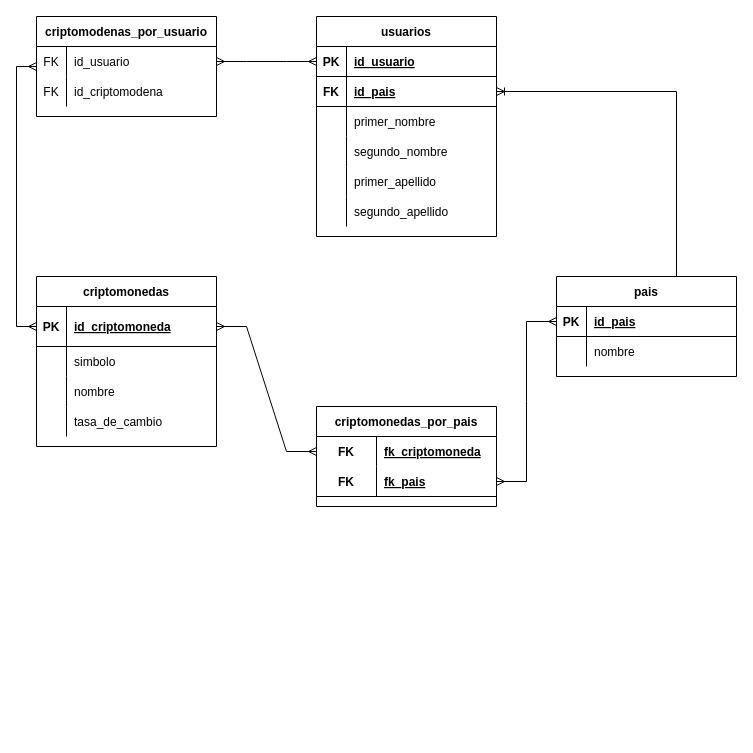
The draw.io diagram gestion-criptomonedas.drawio in HMTEQUITA/gestion-criptomonedas, before the edit. Source tidied: cells renumbered, new cells numbered last; positions are measured from the earlier drawing's top-left corner, leaving out a move shared by most shapes. Both pictures are drawn from the tidied source at 100%, with x=0, y=0 at pixel (36, 16).
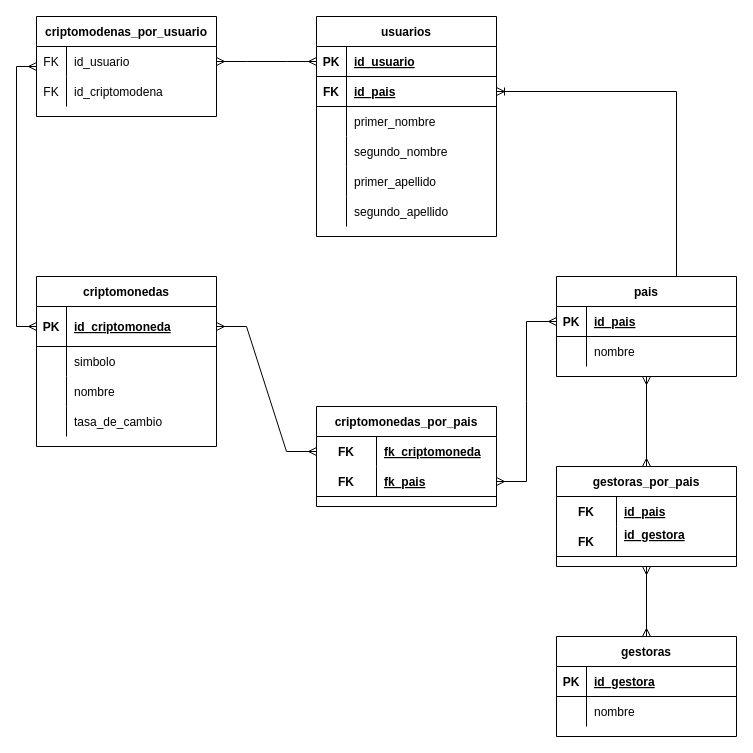
The same diagram, later.

The change refers to these unchanged cells:
```xml
<mxCell id="34" value="pais" style="shape=table;startSize=30;childLayout=tableLayout;rowLines=0;fontStyle=1;align=center;" parent="1" vertex="1">
  <mxGeometry x="520" y="260" width="180" height="100" as="geometry" />
</mxCell>
```

What changed in the source:
```diff
@@
+    <mxCell id="60" value="gestoras" style="shape=table;startSize=30;childLayout=tableLayout;rowLines=0;fontStyle=1;align=center;fontFamily=Helvetica;fontSize=12;fontColor=default;" parent="1" vertex="1">
+      <mxGeometry x="520" y="620" width="180" height="100" as="geometry" />
+    </mxCell>
+    <mxCell id="61" style="shape=tableRow;horizontal=0;startSize=0;swimlaneHead=0;swimlaneBody=0;fillColor=none;top=0;left=0;right=0;bottom=1;fontFamily=Helvetica;fontSize=12;fontColor=default;" parent="60" vertex="1">
+      <mxGeometry y="30" width="180" height="30" as="geometry" />
+    </mxCell>
+    <mxCell id="62" value="PK" style="shape=partialRectangle;fillColor=none;top=0;left=0;bottom=0;right=0;fontStyle=1;overflow=hidden;fontFamily=Helvetica;fontSize=12;fontColor=default;" parent="61" vertex="1">
+      <mxGeometry width="30" height="30" as="geometry" />
+    </mxCell>
+    <mxCell id="63" value="id_gestora" style="shape=partialRectangle;fillColor=none;top=0;left=0;bottom=0;right=0;align=left;spacingLeft=6;fontStyle=5;overflow=hidden;fontFamily=Helvetica;fontSize=12;fontColor=default;" parent="61" vertex="1">
+      <mxGeometry x="30" width="150" height="30" as="geometry" />
+    </mxCell>
+    <mxCell id="64" style="shape=tableRow;horizontal=0;startSize=0;swimlaneHead=0;swimlaneBody=0;fillColor=none;top=0;left=0;right=0;bottom=0;fontFamily=Helvetica;fontSize=12;fontColor=default;" parent="60" vertex="1">
+      <mxGeometry y="60" width="180" height="30" as="geometry" />
+    </mxCell>
+    <mxCell id="65" style="shape=partialRectangle;fillColor=none;top=0;left=0;bottom=0;right=0;overflow=hidden;fontFamily=Helvetica;fontSize=12;fontColor=default;" parent="64" vertex="1">
+      <mxGeometry width="30" height="30" as="geometry" />
+    </mxCell>
+    <mxCell id="66" value="nombre" style="shape=partialRectangle;fillColor=none;top=0;left=0;bottom=0;right=0;align=left;spacingLeft=6;overflow=hidden;fontFamily=Helvetica;fontSize=12;fontColor=default;" parent="64" vertex="1">
+      <mxGeometry x="30" width="150" height="30" as="geometry" />
+    </mxCell>
+    <mxCell id="67" value="gestoras_por_pais" style="shape=table;startSize=30;childLayout=tableLayout;rowLines=0;fontStyle=1;align=center;fontFamily=Helvetica;fontSize=12;fontColor=default;" parent="1" vertex="1">
+      <mxGeometry x="520" y="450" width="180" height="100" as="geometry" />
+    </mxCell>
+    <mxCell id="68" style="shape=tableRow;horizontal=0;startSize=0;swimlaneHead=0;swimlaneBody=0;fillColor=none;top=0;left=0;right=0;bottom=0;fontFamily=Helvetica;fontSize=12;fontColor=default;" parent="67" vertex="1">
+      <mxGeometry y="30" width="180" height="30" as="geometry" />
+    </mxCell>
+    <mxCell id="69" value="FK" style="shape=partialRectangle;fillColor=none;top=0;left=0;bottom=0;right=0;fontStyle=1;overflow=hidden;fontFamily=Helvetica;fontSize=12;fontColor=default;" parent="68" vertex="1">
+      <mxGeometry width="60" height="30" as="geometry" />
+    </mxCell>
+    <mxCell id="70" value="id_pais" style="shape=partialRectangle;fillColor=none;top=0;left=0;bottom=0;right=0;align=left;spacingLeft=6;fontStyle=5;overflow=hidden;fontFamily=Helvetica;fontSize=12;fontColor=default;" parent="68" vertex="1">
+      <mxGeometry x="60" width="120" height="30" as="geometry" />
+    </mxCell>
+    <mxCell id="71" style="shape=tableRow;horizontal=0;startSize=0;swimlaneHead=0;swimlaneBody=0;fillColor=none;top=0;left=0;right=0;bottom=1;fontFamily=Helvetica;fontSize=12;fontColor=default;" parent="67" vertex="1">
+      <mxGeometry y="60" width="180" height="30" as="geometry" />
+    </mxCell>
+    <mxCell id="72" value="FK" style="shape=partialRectangle;fillColor=none;top=0;left=0;bottom=0;right=0;fontStyle=1;overflow=hidden;fontFamily=Helvetica;fontSize=12;fontColor=default;" parent="71" vertex="1">
+      <mxGeometry width="60" height="30" as="geometry" />
+    </mxCell>
+    <mxCell id="73" value="id_gestora&#10;" style="shape=partialRectangle;fillColor=none;top=0;left=0;bottom=0;right=0;align=left;spacingLeft=6;fontStyle=5;overflow=hidden;fontFamily=Helvetica;fontSize=12;fontColor=default;" parent="71" vertex="1">
+      <mxGeometry x="60" width="120" height="30" as="geometry" />
+    </mxCell>
+    <mxCell id="74" style="fontSize=12;html=1;endArrow=ERmany;startArrow=ERmany;rounded=0;labelBackgroundColor=default;fontFamily=Helvetica;fontColor=default;strokeColor=default;shape=connector;entryX=0.5;entryY=1;entryDx=0;entryDy=0;exitX=0.5;exitY=0;exitDx=0;exitDy=0;" parent="1" edge="1" source="67" target="34">
+      <mxGeometry relative="1" as="geometry" />
+    </mxCell>
+    <mxCell id="75" style="fontSize=12;html=1;endArrow=ERmany;startArrow=ERmany;rounded=0;labelBackgroundColor=default;fontFamily=Helvetica;fontColor=default;strokeColor=default;shape=connector;entryX=0.5;entryY=1;entryDx=0;entryDy=0;exitX=0.5;exitY=0;exitDx=0;exitDy=0;" parent="1" edge="1" source="60" target="67">
+      <mxGeometry relative="1" as="geometry" />
+    </mxCell>
```
